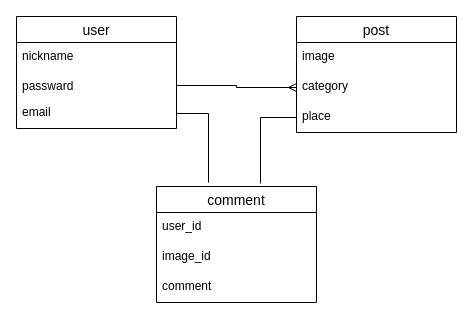
This is test.dio from ayano1018/maphoto, a draw.io file, before an edit. Source tidied: cells renumbered, new cells numbered last; positions are measured from the earlier drawing's top-left corner, leaving out a move shared by most shapes. Both pictures are drawn from the tidied source at 100%, with x=0, y=0 at pixel (16, 16).
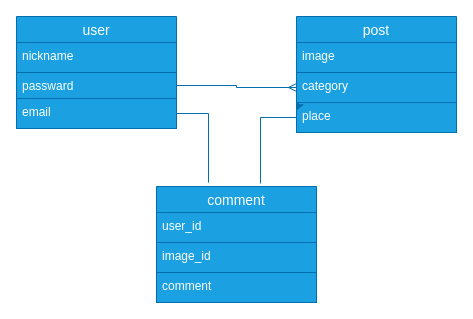
Above is the later version.

The edit, as a diff of the source:
```diff
@@
 <mxGraphModel>
   <root>
     <mxCell id="0" />
     <mxCell id="1" parent="0" />
-    <mxCell id="2" value="user" style="swimlane;fontStyle=0;horizontal=1;startSize=26;align=center;fontSize=14;" parent="1" vertex="1">
+    <mxCell id="2" value="user" style="swimlane;fontStyle=0;horizontal=1;startSize=26;align=center;fontSize=14;fillColor=#1ba1e2;strokeColor=#006EAF;fontColor=#ffffff;" parent="1" vertex="1">
       <mxGeometry width="160" height="112" as="geometry" />
     </mxCell>
-    <mxCell id="3" value="nickname" style="text;strokeColor=none;fillColor=none;spacingLeft=4;spacingRight=4;overflow=hidden;fontSize=12;" parent="2" vertex="1">
+    <mxCell id="3" value="nickname" style="text;strokeColor=#006EAF;fillColor=#1ba1e2;spacingLeft=4;spacingRight=4;overflow=hidden;fontSize=12;fontColor=#ffffff;" parent="2" vertex="1">
       <mxGeometry y="26" width="160" height="30" as="geometry" />
     </mxCell>
-    <mxCell id="4" value="passward" style="text;strokeColor=none;fillColor=none;spacingLeft=4;spacingRight=4;overflow=hidden;points=[[0,0.5],[1,0.5]];portConstraint=eastwest;fontSize=12;" parent="2" vertex="1">
+    <mxCell id="4" value="passward" style="text;strokeColor=#006EAF;fillColor=#1ba1e2;spacingLeft=4;spacingRight=4;overflow=hidden;points=[[0,0.5],[1,0.5]];portConstraint=eastwest;fontSize=12;fontColor=#ffffff;" parent="2" vertex="1">
       <mxGeometry y="56" width="160" height="26" as="geometry" />
     </mxCell>
-    <mxCell id="5" value="email" style="text;strokeColor=none;fillColor=none;spacingLeft=4;spacingRight=4;overflow=hidden;points=[[0,0.5],[1,0.5]];portConstraint=eastwest;fontSize=12;" parent="2" vertex="1">
+    <mxCell id="5" value="email" style="text;strokeColor=#006EAF;fillColor=#1ba1e2;spacingLeft=4;spacingRight=4;overflow=hidden;points=[[0,0.5],[1,0.5]];portConstraint=eastwest;fontSize=12;fontColor=#ffffff;" parent="2" vertex="1">
       <mxGeometry y="82" width="160" height="30" as="geometry" />
     </mxCell>
-    <mxCell id="6" value="post" style="swimlane;fontStyle=0;horizontal=1;startSize=26;align=center;fontSize=14;" parent="1" vertex="1">
+    <mxCell id="6" value="post" style="swimlane;fontStyle=0;horizontal=1;startSize=26;align=center;fontSize=14;fillColor=#1ba1e2;strokeColor=#006EAF;fontColor=#ffffff;" parent="1" vertex="1">
       <mxGeometry x="280" width="160" height="116" as="geometry" />
     </mxCell>
-    <mxCell id="7" value="image" style="text;strokeColor=none;fillColor=none;spacingLeft=4;spacingRight=4;overflow=hidden;fontSize=12;" parent="6" vertex="1">
+    <mxCell id="7" value="image" style="text;strokeColor=#006EAF;fillColor=#1ba1e2;spacingLeft=4;spacingRight=4;overflow=hidden;fontSize=12;fontColor=#ffffff;" parent="6" vertex="1">
       <mxGeometry y="26" width="160" height="30" as="geometry" />
     </mxCell>
-    <mxCell id="8" value="category" style="text;strokeColor=none;fillColor=none;spacingLeft=4;spacingRight=4;overflow=hidden;points=[[0,0.5],[1,0.5]];portConstraint=eastwest;fontSize=12;" parent="6" vertex="1">
+    <mxCell id="8" value="category" style="text;strokeColor=#006EAF;fillColor=#1ba1e2;spacingLeft=4;spacingRight=4;overflow=hidden;points=[[0,0.5],[1,0.5]];portConstraint=eastwest;fontSize=12;fontColor=#ffffff;" parent="6" vertex="1">
       <mxGeometry y="56" width="160" height="30" as="geometry" />
     </mxCell>
-    <mxCell id="9" value="place" style="text;strokeColor=none;fillColor=none;spacingLeft=4;spacingRight=4;overflow=hidden;points=[[0,0.5],[1,0.5]];portConstraint=eastwest;fontSize=12;" parent="6" vertex="1">
+    <mxCell id="9" value="place" style="text;strokeColor=#006EAF;fillColor=#1ba1e2;spacingLeft=4;spacingRight=4;overflow=hidden;points=[[0,0.5],[1,0.5]];portConstraint=eastwest;fontSize=12;fontColor=#ffffff;" parent="6" vertex="1">
       <mxGeometry y="86" width="160" height="30" as="geometry" />
     </mxCell>
-    <mxCell id="10" style="edgeStyle=orthogonalEdgeStyle;rounded=0;orthogonalLoop=1;jettySize=auto;html=1;exitX=0.006;exitY=0.2;exitDx=0;exitDy=0;entryX=0;entryY=0.267;entryDx=0;entryDy=0;entryPerimeter=0;strokeColor=none;exitPerimeter=0;" parent="6" edge="1" source="9" target="9">
+    <mxCell id="10" style="edgeStyle=orthogonalEdgeStyle;rounded=0;orthogonalLoop=1;jettySize=auto;html=1;exitX=0.006;exitY=0.2;exitDx=0;exitDy=0;entryX=0;entryY=0.267;entryDx=0;entryDy=0;entryPerimeter=0;strokeColor=#006EAF;exitPerimeter=0;fillColor=#1ba1e2;" parent="6" edge="1" source="9" target="9">
       <mxGeometry relative="1" as="geometry" />
     </mxCell>
-    <mxCell id="11" value="comment" style="swimlane;fontStyle=0;horizontal=1;startSize=26;align=center;fontSize=14;" parent="1" vertex="1">
+    <mxCell id="11" value="comment" style="swimlane;fontStyle=0;horizontal=1;startSize=26;align=center;fontSize=14;fillColor=#1ba1e2;strokeColor=#006EAF;fontColor=#ffffff;" parent="1" vertex="1">
       <mxGeometry x="140" y="170" width="160" height="116" as="geometry" />
     </mxCell>
-    <mxCell id="12" value="user_id" style="text;strokeColor=none;fillColor=none;spacingLeft=4;spacingRight=4;overflow=hidden;fontSize=12;" parent="11" vertex="1">
+    <mxCell id="12" value="user_id" style="text;strokeColor=#006EAF;fillColor=#1ba1e2;spacingLeft=4;spacingRight=4;overflow=hidden;fontSize=12;fontColor=#ffffff;" parent="11" vertex="1">
       <mxGeometry y="26" width="160" height="30" as="geometry" />
     </mxCell>
-    <mxCell id="13" value="image_id" style="text;strokeColor=none;fillColor=none;spacingLeft=4;spacingRight=4;overflow=hidden;fontSize=12;" parent="11" vertex="1">
+    <mxCell id="13" value="image_id" style="text;strokeColor=#006EAF;fillColor=#1ba1e2;spacingLeft=4;spacingRight=4;overflow=hidden;fontSize=12;fontColor=#ffffff;" parent="11" vertex="1">
       <mxGeometry y="56" width="160" height="30" as="geometry" />
     </mxCell>
-    <mxCell id="14" value="comment" style="text;strokeColor=none;fillColor=none;spacingLeft=4;spacingRight=4;overflow=hidden;fontSize=12;" parent="11" vertex="1">
+    <mxCell id="14" value="comment" style="text;strokeColor=#006EAF;fillColor=#1ba1e2;spacingLeft=4;spacingRight=4;overflow=hidden;fontSize=12;fontColor=#ffffff;" parent="11" vertex="1">
       <mxGeometry y="86" width="160" height="30" as="geometry" />
     </mxCell>
-    <mxCell id="15" style="edgeStyle=orthogonalEdgeStyle;rounded=0;jettySize=auto;html=1;exitX=1;exitY=0.5;exitDx=0;exitDy=0;entryX=0;entryY=0.5;entryDx=0;entryDy=0;endArrow=ERmany;endFill=0;" parent="1" edge="1" source="4" target="8">
+    <mxCell id="15" style="edgeStyle=orthogonalEdgeStyle;rounded=0;jettySize=auto;html=1;exitX=1;exitY=0.5;exitDx=0;exitDy=0;entryX=0;entryY=0.5;entryDx=0;entryDy=0;endArrow=ERmany;endFill=0;fillColor=#1ba1e2;strokeColor=#006EAF;" parent="1" edge="1" source="4" target="8">
       <mxGeometry relative="1" as="geometry" />
     </mxCell>
-    <mxCell id="16" style="edgeStyle=orthogonalEdgeStyle;rounded=0;jettySize=auto;html=1;exitX=0;exitY=0.5;exitDx=0;exitDy=0;entryX=0.65;entryY=-0.026;entryDx=0;entryDy=0;entryPerimeter=0;endArrow=none;endFill=0;" parent="1" edge="1" source="9" target="11">
+    <mxCell id="16" style="edgeStyle=orthogonalEdgeStyle;rounded=0;jettySize=auto;html=1;exitX=0;exitY=0.5;exitDx=0;exitDy=0;entryX=0.65;entryY=-0.026;entryDx=0;entryDy=0;entryPerimeter=0;endArrow=none;endFill=0;fillColor=#1ba1e2;strokeColor=#006EAF;" parent="1" edge="1" source="9" target="11">
       <mxGeometry relative="1" as="geometry" />
     </mxCell>
-    <mxCell id="17" style="edgeStyle=orthogonalEdgeStyle;rounded=0;jettySize=auto;html=1;exitX=1;exitY=0.5;exitDx=0;exitDy=0;entryX=0.325;entryY=-0.034;entryDx=0;entryDy=0;entryPerimeter=0;endArrow=none;endFill=0;" parent="1" edge="1" source="5" target="11">
+    <mxCell id="17" style="edgeStyle=orthogonalEdgeStyle;rounded=0;jettySize=auto;html=1;exitX=1;exitY=0.5;exitDx=0;exitDy=0;entryX=0.325;entryY=-0.034;entryDx=0;entryDy=0;entryPerimeter=0;endArrow=none;endFill=0;fillColor=#1ba1e2;strokeColor=#006EAF;" parent="1" edge="1" source="5" target="11">
       <mxGeometry relative="1" as="geometry" />
     </mxCell>
   </root>
 </mxGraphModel>
```
